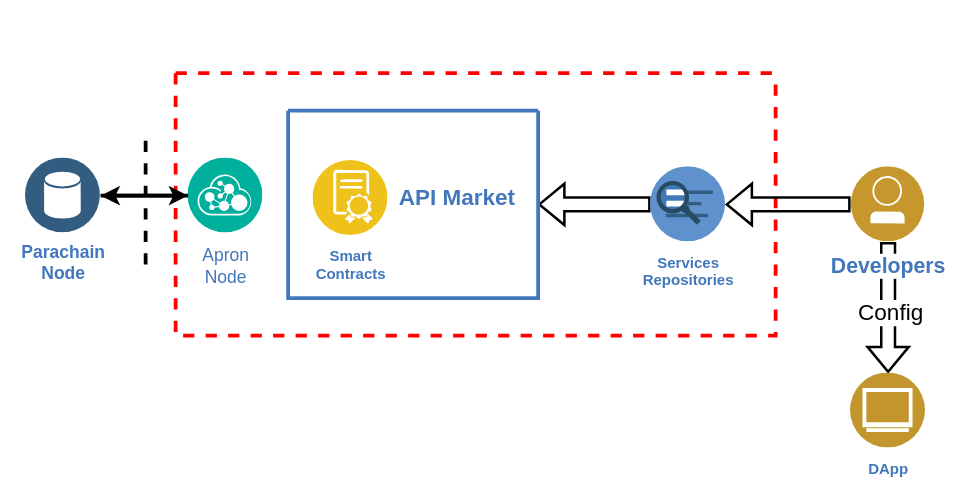
Above: Apron Usage.drawio in xrdavies/diagrams (draw.io), before the change. Source tidied: cells renumbered, new cells numbered last; positions are measured from the earlier drawing's top-left corner, leaving out a move shared by most shapes. Both pictures are drawn from the tidied source at 125%, with x=0, y=0 at pixel (25, 72).
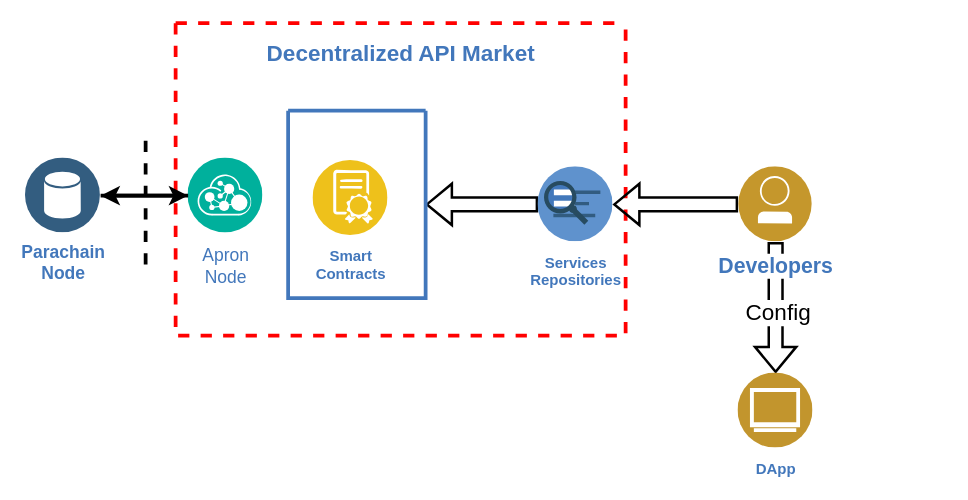
Above is the later version.

Change to the diagram source:
```diff
@@
 <mxGraphModel>
   <root>
     <mxCell id="0" />
     <mxCell id="1" parent="0" />
     <mxCell id="2" style="shape=flexArrow;rounded=0;jettySize=auto;html=1;exitX=0;exitY=0.5;exitDx=0;exitDy=0;strokeColor=#000000;strokeWidth=2;fontSize=27;entryX=1;entryY=0.5;entryDx=0;entryDy=0;" parent="1" edge="1" source="3" target="17">
       <mxGeometry relative="1" as="geometry" />
     </mxCell>
     <mxCell id="3" value="&lt;b&gt;Services&lt;br&gt;Repositories&lt;/b&gt;" style="perimeter=ellipsePerimeter;html=1;align=center;shadow=0;dashed=0;fontColor=#4277BB;labelBackgroundColor=#ffffff;fontSize=12;spacingTop=3;image;image=img/lib/ibm/miscellaneous/retrieve_rank.svg;" parent="1" vertex="1">
-      <mxGeometry x="500" y="75" width="60" height="60" as="geometry" />
+      <mxGeometry x="410" y="75" width="60" height="60" as="geometry" />
     </mxCell>
     <mxCell id="4" style="swimlane;shadow=0;fillColor=#ffffff;fontColor=#4277BB;align=right;startSize=0;strokeWidth=3;dashed=1;strokeColor=#FF0000;" parent="1" vertex="1">
-      <mxGeometry x="120" width="480" height="210" as="geometry" />
+      <mxGeometry x="120" y="-40" width="360" height="250" as="geometry" />
     </mxCell>
+    <mxCell id="18" value="Decentralized API Market" style="text;html=1;align=center;verticalAlign=middle;fontColor=#4277BB;shadow=0;dashed=0;strokeColor=none;fillColor=none;labelBackgroundColor=none;fontStyle=1;fontSize=18;spacingLeft=0;" parent="4" vertex="1">
+      <mxGeometry x="65" y="10" width="230" height="30" as="geometry" />
+    </mxCell>
     <mxCell id="5" style="edgeStyle=orthogonalEdgeStyle;shape=flexArrow;rounded=0;jettySize=auto;html=1;exitX=0;exitY=0.5;exitDx=0;exitDy=0;entryX=1;entryY=0.5;entryDx=0;entryDy=0;strokeColor=#000000;strokeWidth=2;fontSize=27;" parent="1" edge="1" source="8" target="3">
       <mxGeometry relative="1" as="geometry" />
     </mxCell>
     <mxCell id="6" style="edgeStyle=orthogonalEdgeStyle;rounded=0;jettySize=auto;html=1;exitX=0.5;exitY=1;exitDx=0;exitDy=0;fontSize=18;shape=flexArrow;strokeWidth=2;" parent="1" edge="1" source="8" target="15">
       <mxGeometry relative="1" as="geometry" />
     </mxCell>
     <mxCell id="7" value="Config" style="edgeLabel;html=1;align=center;verticalAlign=middle;fontSize=18;" parent="6" vertex="1">
       <mxGeometry x="0.06" y="1" relative="1" as="geometry" />
     </mxCell>
     <mxCell id="8" value="&lt;b&gt;&lt;font style=&quot;font-size: 17px&quot;&gt;Developers&lt;/font&gt;&lt;/b&gt;" style="perimeter=ellipsePerimeter;html=1;align=center;shadow=0;dashed=0;fontColor=#4277BB;labelBackgroundColor=#ffffff;fontSize=12;spacingTop=3;image;image=img/lib/ibm/blockchain/blockchain_developer.svg;" parent="1" vertex="1">
-      <mxGeometry x="660" y="75" width="60" height="60" as="geometry" />
+      <mxGeometry x="570" y="75" width="60" height="60" as="geometry" />
     </mxCell>
     <mxCell id="9" style="group;" parent="1" vertex="1">
       <mxGeometry y="53" width="190" height="100" as="geometry" />
     </mxCell>
     <mxCell id="10" value="Apron&lt;br&gt;Node" style="perimeter=ellipsePerimeter;html=1;align=center;shadow=0;dashed=0;image;image=img/lib/ibm/management/api_management.svg;rounded=1;labelBackgroundColor=#ffffff;strokeColor=#666666;strokeWidth=3;fillColor=#C2952D;gradientColor=none;fontSize=14;fontColor=#4277BB;spacingTop=3;" parent="9" vertex="1">
       <mxGeometry x="130" y="15" width="60" height="60" as="geometry" />
     </mxCell>
     <mxCell id="11" style="edgeStyle=orthogonalEdgeStyle;rounded=0;jettySize=auto;html=1;exitX=1;exitY=0.5;exitDx=0;exitDy=0;entryX=0;entryY=0.5;entryDx=0;entryDy=0;strokeWidth=3;" parent="9" edge="1" source="12" target="10">
       <mxGeometry relative="1" as="geometry" />
     </mxCell>
     <mxCell id="12" value="&lt;b&gt;Parachain&lt;br&gt;Node&lt;/b&gt;" style="perimeter=ellipsePerimeter;html=1;align=center;shadow=0;dashed=0;image;image=img/lib/ibm/data/data_services.svg;rounded=1;labelBackgroundColor=#ffffff;strokeColor=#666666;strokeWidth=3;fillColor=#C2952D;gradientColor=none;fontSize=14;fontColor=#4277BB;" parent="9" vertex="1">
       <mxGeometry y="15" width="60" height="60" as="geometry" />
     </mxCell>
     <mxCell id="13" style="edgeStyle=orthogonalEdgeStyle;rounded=0;jettySize=auto;html=1;exitX=0;exitY=0.5;exitDx=0;exitDy=0;entryX=1;entryY=0.5;entryDx=0;entryDy=0;strokeWidth=3;" parent="9" edge="1" source="10" target="12">
       <mxGeometry relative="1" as="geometry" />
     </mxCell>
     <mxCell id="14" style="html=1;labelBackgroundColor=#ffffff;endArrow=none;endFill=0;jettySize=auto;orthogonalLoop=1;strokeWidth=3;dashed=1;fontSize=14;" parent="9" edge="1">
       <mxGeometry relative="1" as="geometry">
         <mxPoint x="96" y="100" as="sourcePoint" />
         <mxPoint x="96" as="targetPoint" />
       </mxGeometry>
     </mxCell>
     <mxCell id="15" value="&lt;b&gt;DApp&lt;/b&gt;" style="perimeter=ellipsePerimeter;html=1;align=center;shadow=0;dashed=0;fontColor=#4277BB;labelBackgroundColor=#ffffff;fontSize=12;spacingTop=3;image;image=img/lib/ibm/users/browser.svg;strokeColor=#B3B3B3;" parent="1" vertex="1">
-      <mxGeometry x="660" y="240" width="60" height="60" as="geometry" />
+      <mxGeometry x="570" y="240" width="60" height="60" as="geometry" />
     </mxCell>
     <mxCell id="16" value="&lt;b&gt;Smart&lt;br&gt;Contracts&lt;/b&gt;" style="perimeter=ellipsePerimeter;html=1;align=center;shadow=0;dashed=0;fontColor=#4277BB;labelBackgroundColor=#ffffff;fontSize=12;spacingTop=3;image;image=img/lib/ibm/blockchain/smart_contract.svg;strokeColor=#B3B3B3;" parent="1" vertex="1">
       <mxGeometry x="230" y="70" width="60" height="60" as="geometry" />
     </mxCell>
     <mxCell id="17" style="swimlane;shadow=0;strokeColor=#4277BB;fillColor=#ffffff;fontColor=#4277BB;align=right;startSize=0;strokeWidth=3;" parent="1" vertex="1">
-      <mxGeometry x="210" y="30" width="200" height="150" as="geometry" />
+      <mxGeometry x="210" y="30" width="110" height="150" as="geometry" />
     </mxCell>
-    <mxCell id="18" value="API Market" style="text;html=1;align=center;verticalAlign=middle;fontColor=#4277BB;shadow=0;dashed=0;strokeColor=none;fillColor=none;labelBackgroundColor=none;fontStyle=1;fontSize=18;spacingLeft=0;" parent="17" vertex="1">
-      <mxGeometry x="80" y="55" width="110" height="30" as="geometry" />
-    </mxCell>
   </root>
 </mxGraphModel>
```
